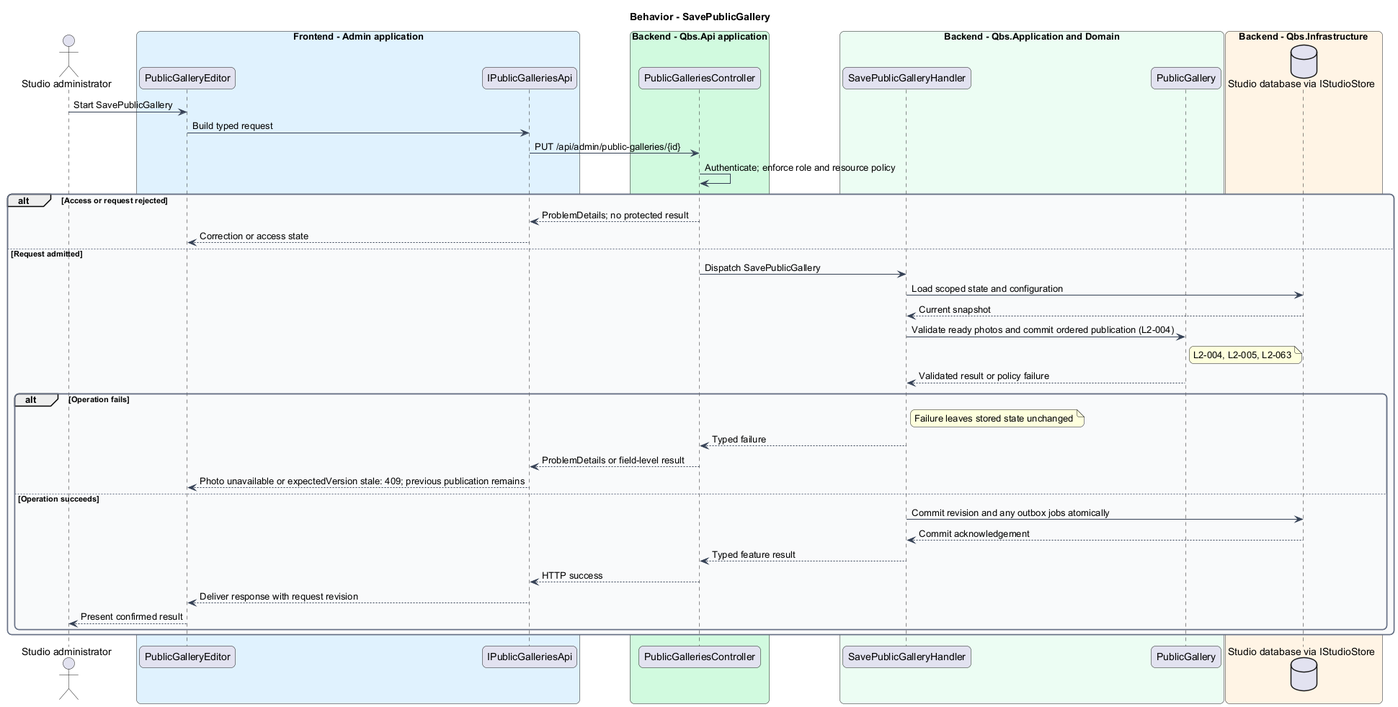
QuinntyneBrown/quinntyne-brown-studio keeps this PlantUML diagram as docs/detailed-designs/public-presentation/publish-galleries/diagrams/sequence-save-public-gallery.png. Above is the earlier version.
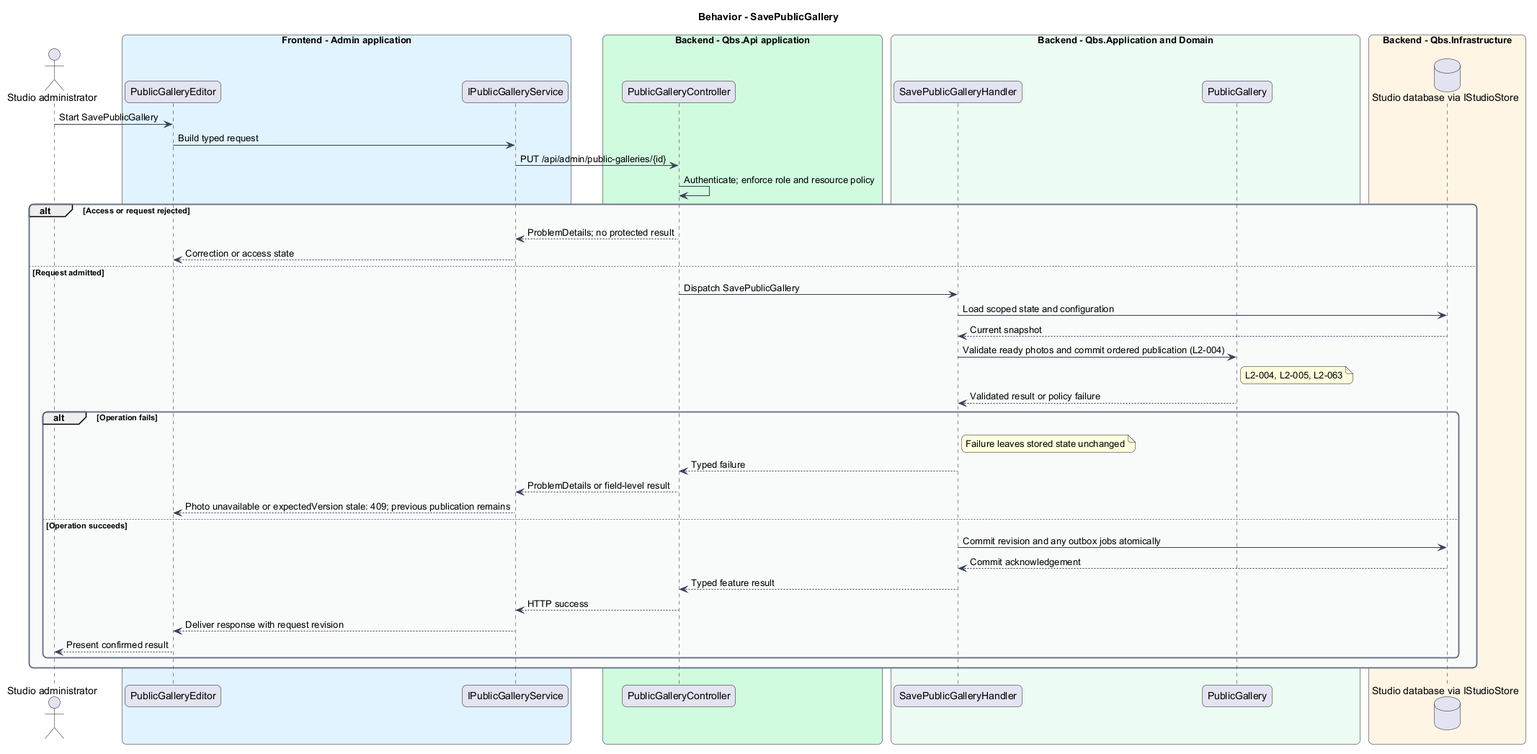
After the commit.

The edit, as a diff of the source:
```diff
@@ -17,10 +17,10 @@
 actor "Studio administrator" as actor
 box "Frontend - Admin application" #E0F2FE
  participant "PublicGalleryEditor" as page
- participant "IPublicGalleriesApi" as client
+ participant "IPublicGalleryService" as client
 end box
 box "Backend - Qbs.Api application" #D1FADF
- participant "PublicGalleriesController" as controller
+ participant "PublicGalleryController" as controller
 end box
 box "Backend - Qbs.Application and Domain" #ECFDF3
  participant "SavePublicGalleryHandler" as handler
```
